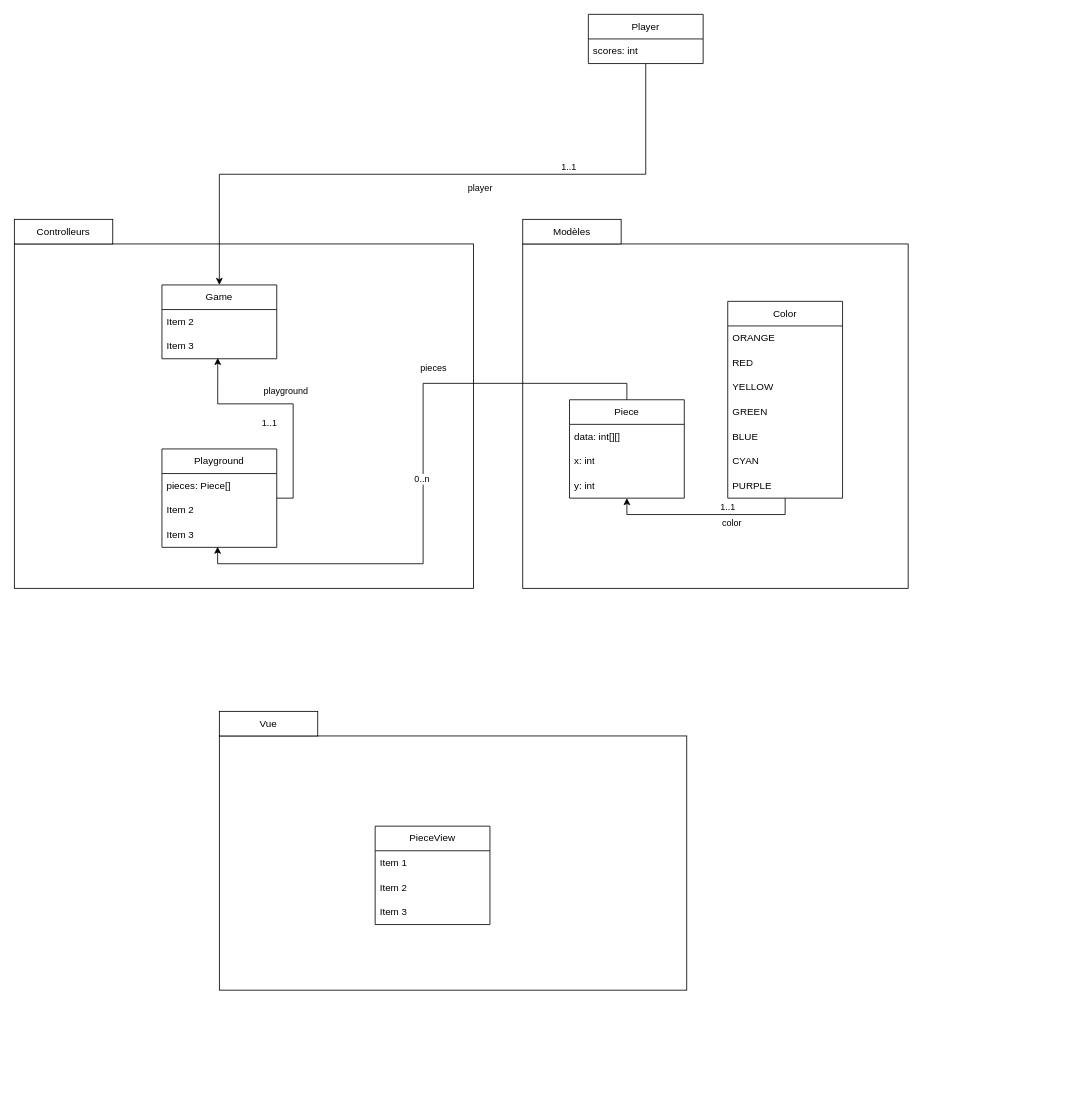
Above: UML.drawio in ESEO-School-project/Tetris (draw.io), before the change. Source tidied: cells renumbered, new cells numbered last; positions are measured from the earlier drawing's top-left corner, leaving out a move shared by most shapes. Both pictures are drawn from the tidied source at 82%, with x=0, y=0 at pixel (14, 14).
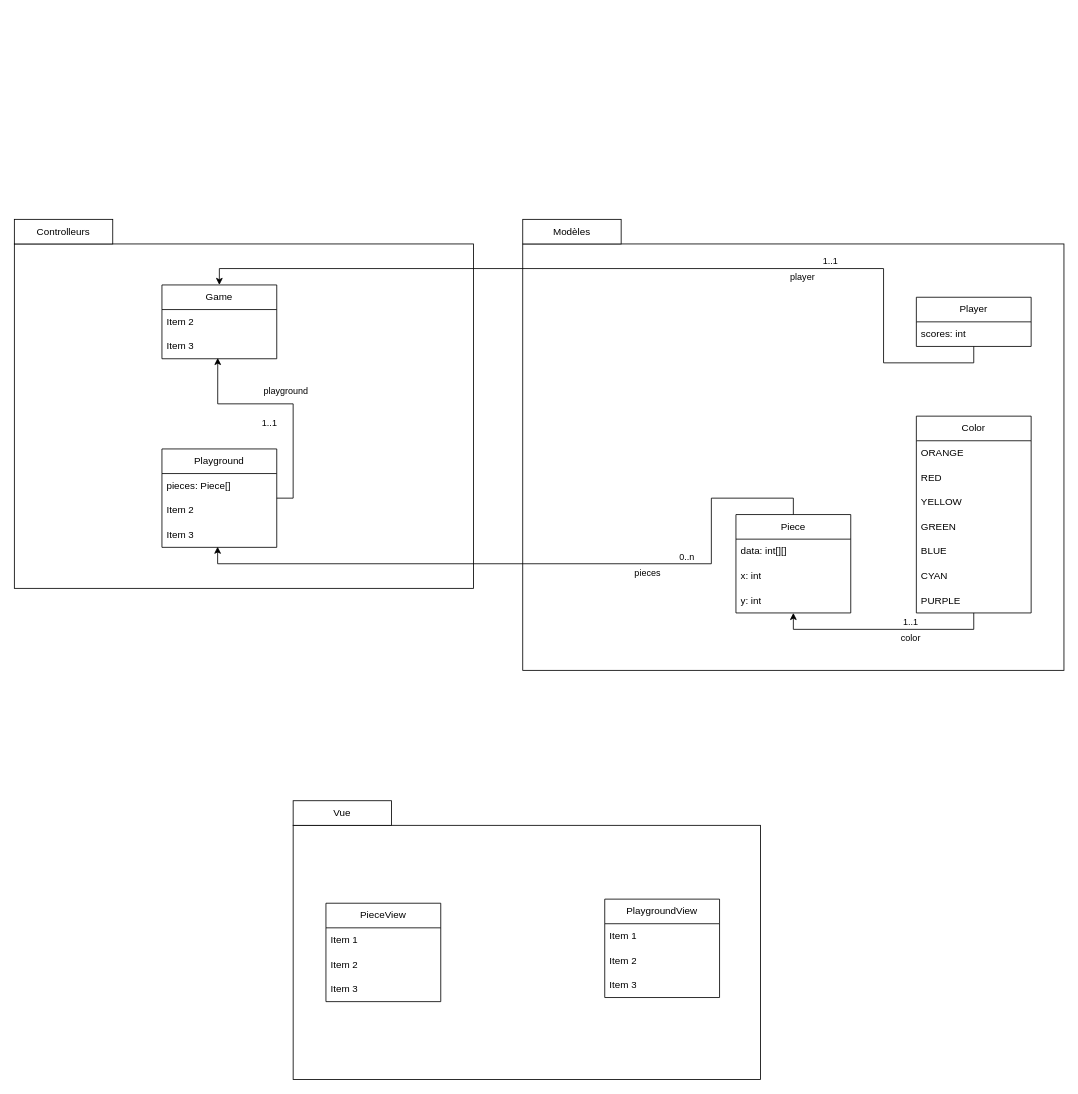
Above is the later version.

Commit message (it also covers changes not shown here):
Mettre à jour UML.drawio

The change refers to these unchanged cells:
```xml
<mxCell id="4" value="Game" style="swimlane;fontStyle=0;horizontal=1;startSize=30;whiteSpace=wrap;html=1;" parent="1" vertex="1">
  <mxGeometry x="180" y="330" width="140" height="90" as="geometry" />
</mxCell>
<mxCell id="15" value="Item 3" style="text;strokeColor=none;fillColor=none;align=left;verticalAlign=middle;spacingLeft=4;spacingRight=4;overflow=hidden;points=[[0,0.5],[1,0.5]];portConstraint=eastwest;whiteSpace=wrap;html=1;" parent="12" vertex="1">
  <mxGeometry y="90" width="140" height="30" as="geometry" />
</mxCell>
```

What changed in the source:
```diff
@@
     <mxCell id="3" style="rounded=0;whiteSpace=wrap;html=1;" parent="1" vertex="1">
-      <mxGeometry x="620" y="280" width="470" height="420" as="geometry" />
+      <mxGeometry x="620" y="280" width="660" height="520" as="geometry" />
     </mxCell>
@@
     <mxCell id="7" style="edgeStyle=orthogonalEdgeStyle;rounded=0;jettySize=auto;html=1;exitX=0.5;exitY=1;exitDx=0;exitDy=0;entryX=0.5;entryY=0;entryDx=0;entryDy=0;" parent="1" edge="1" source="10" target="4">
-      <mxGeometry relative="1" as="geometry" />
+      <mxGeometry relative="1" as="geometry">
+        <Array as="points">
+          <mxPoint x="1170" y="425" />
+          <mxPoint x="1060" y="425" />
+          <mxPoint x="1060" y="310" />
+          <mxPoint x="250" y="310" />
+        </Array>
+      </mxGeometry>
     </mxCell>
@@
     <mxCell id="9" value="player" style="edgeLabel;html=1;align=center;verticalAlign=middle;" parent="7" vertex="1">
       <mxGeometry x="-0.2" y="3" relative="1" as="geometry">
-        <mxPoint x="-22" y="13" as="offset" />
+        <mxPoint x="85" y="7" as="offset" />
       </mxGeometry>
     </mxCell>
     <mxCell id="10" value="Player" style="swimlane;fontStyle=0;horizontal=1;startSize=30;whiteSpace=wrap;html=1;" parent="1" vertex="1">
-      <mxGeometry x="700" width="140" height="60" as="geometry" />
+      <mxGeometry x="1100" y="345" width="140" height="60" as="geometry" />
     </mxCell>
@@
     <mxCell id="16" value="Piece" style="swimlane;fontStyle=0;horizontal=1;startSize=30;whiteSpace=wrap;html=1;" parent="1" vertex="1">
-      <mxGeometry x="677" y="470" width="140" height="120" as="geometry" />
+      <mxGeometry x="880" y="610" width="140" height="120" as="geometry" />
     </mxCell>
@@
     <mxCell id="20" value="Color" style="swimlane;fontStyle=0;horizontal=1;startSize=30;whiteSpace=wrap;html=1;" parent="1" vertex="1">
-      <mxGeometry x="870" y="350" width="140" height="240" as="geometry" />
+      <mxGeometry x="1100" y="490" width="140" height="240" as="geometry" />
     </mxCell>
@@
     <mxCell id="34" style="edgeStyle=orthogonalEdgeStyle;rounded=0;jettySize=auto;html=1;exitX=0.5;exitY=0;exitDx=0;exitDy=0;entryX=0.485;entryY=0.974;entryDx=0;entryDy=0;entryPerimeter=0;" parent="1" edge="1" source="16" target="15">
-      <mxGeometry relative="1" as="geometry" />
+      <mxGeometry relative="1" as="geometry">
+        <Array as="points">
+          <mxPoint x="950" y="590" />
+          <mxPoint x="850" y="590" />
+          <mxPoint x="850" y="670" />
+          <mxPoint x="248" y="670" />
+        </Array>
+      </mxGeometry>
     </mxCell>
     <mxCell id="35" value="0..n" style="edgeLabel;html=1;align=center;verticalAlign=middle;" parent="34" vertex="1">
       <mxGeometry x="0.04" y="1" relative="1" as="geometry">
-        <mxPoint x="-3" y="-10" as="offset" />
+        <mxPoint x="197" y="-10" as="offset" />
       </mxGeometry>
     </mxCell>
     <mxCell id="36" value="pieces" style="edgeLabel;html=1;align=center;verticalAlign=middle;" parent="34" vertex="1">
       <mxGeometry x="-0.3" y="-1" relative="1" as="geometry">
-        <mxPoint x="9" y="-19" as="offset" />
+        <mxPoint x="9" y="11" as="offset" />
       </mxGeometry>
     </mxCell>
@@
     <mxCell id="39" style="rounded=0;whiteSpace=wrap;html=1;" parent="1" vertex="1">
-      <mxGeometry x="250" y="880" width="570" height="310" as="geometry" />
+      <mxGeometry x="340" y="989" width="570" height="310" as="geometry" />
     </mxCell>
     <mxCell id="40" value="Vue" style="rounded=0;whiteSpace=wrap;html=1;" parent="1" vertex="1">
-      <mxGeometry x="250" y="850" width="120" height="30" as="geometry" />
+      <mxGeometry x="340" y="959" width="120" height="30" as="geometry" />
     </mxCell>
     <mxCell id="41" value="PieceView" style="swimlane;fontStyle=0;horizontal=1;startSize=30;whiteSpace=wrap;html=1;" parent="1" vertex="1">
-      <mxGeometry x="440" y="990" width="140" height="120" as="geometry" />
+      <mxGeometry x="380" y="1084" width="140" height="120" as="geometry" />
     </mxCell>
@@
+    <mxCell id="45" value="PlaygroundView" style="swimlane;fontStyle=0;horizontal=1;startSize=30;whiteSpace=wrap;html=1;" parent="1" vertex="1">
+      <mxGeometry x="720" y="1079" width="140" height="120" as="geometry" />
+    </mxCell>
+    <mxCell id="46" value="Item 1" style="text;strokeColor=none;fillColor=none;align=left;verticalAlign=middle;spacingLeft=4;spacingRight=4;overflow=hidden;whiteSpace=wrap;html=1;" parent="45" vertex="1">
+      <mxGeometry y="30" width="140" height="30" as="geometry" />
+    </mxCell>
+    <mxCell id="47" value="Item 2" style="text;strokeColor=none;fillColor=none;align=left;verticalAlign=middle;spacingLeft=4;spacingRight=4;overflow=hidden;whiteSpace=wrap;html=1;" parent="45" vertex="1">
+      <mxGeometry y="60" width="140" height="30" as="geometry" />
+    </mxCell>
+    <mxCell id="48" value="Item 3" style="text;strokeColor=none;fillColor=none;align=left;verticalAlign=middle;spacingLeft=4;spacingRight=4;overflow=hidden;whiteSpace=wrap;html=1;" parent="45" vertex="1">
+      <mxGeometry y="90" width="140" height="30" as="geometry" />
+    </mxCell>
```
